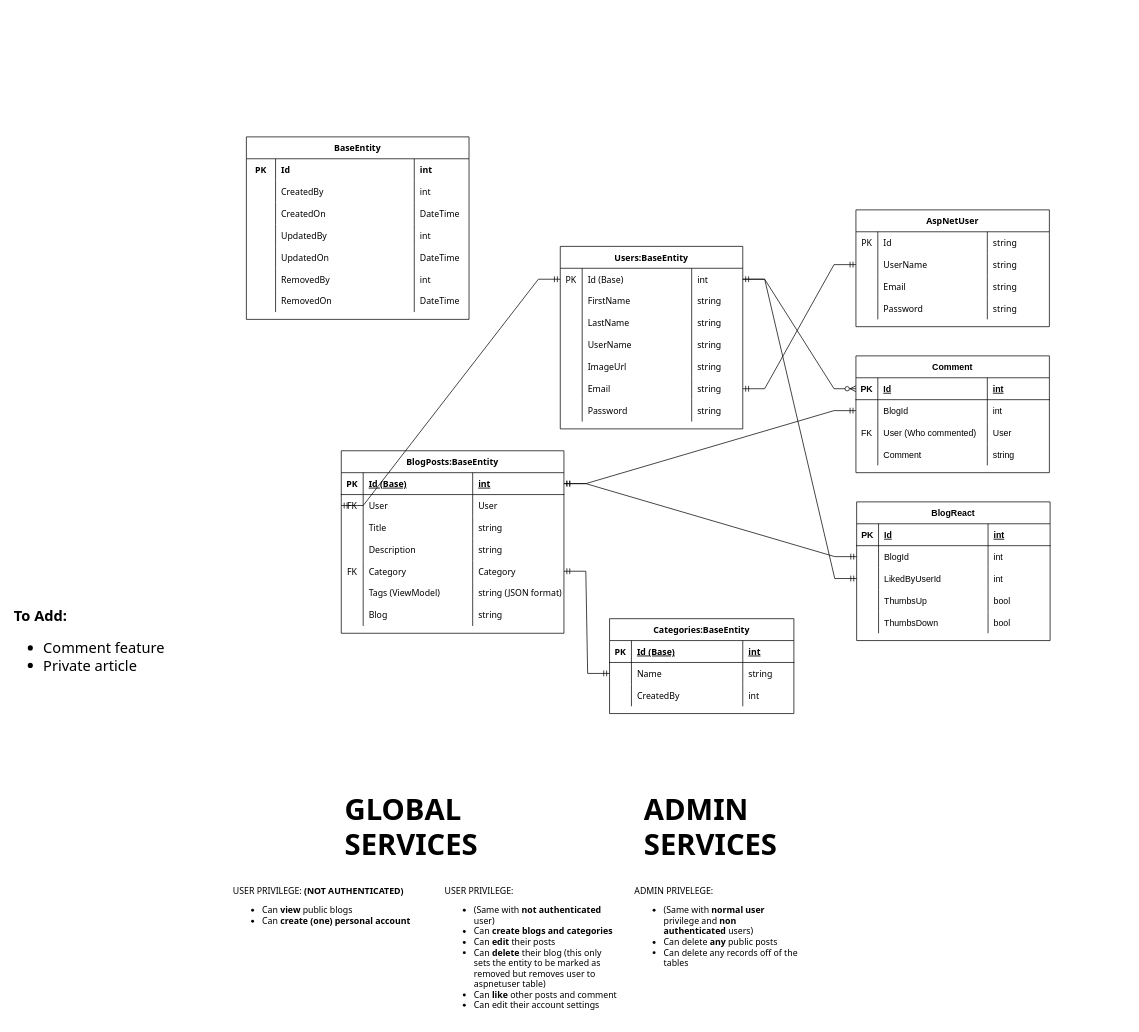
This is WeBlog.drawio from genebit/draw.io-diagrams, a draw.io file, before an edit. Source tidied: cells renumbered, new cells numbered last; positions are measured from the earlier drawing's top-left corner, leaving out a move shared by most shapes. Both pictures are drawn from the tidied source at 73%, with x=0, y=0 at pixel (12, 137).
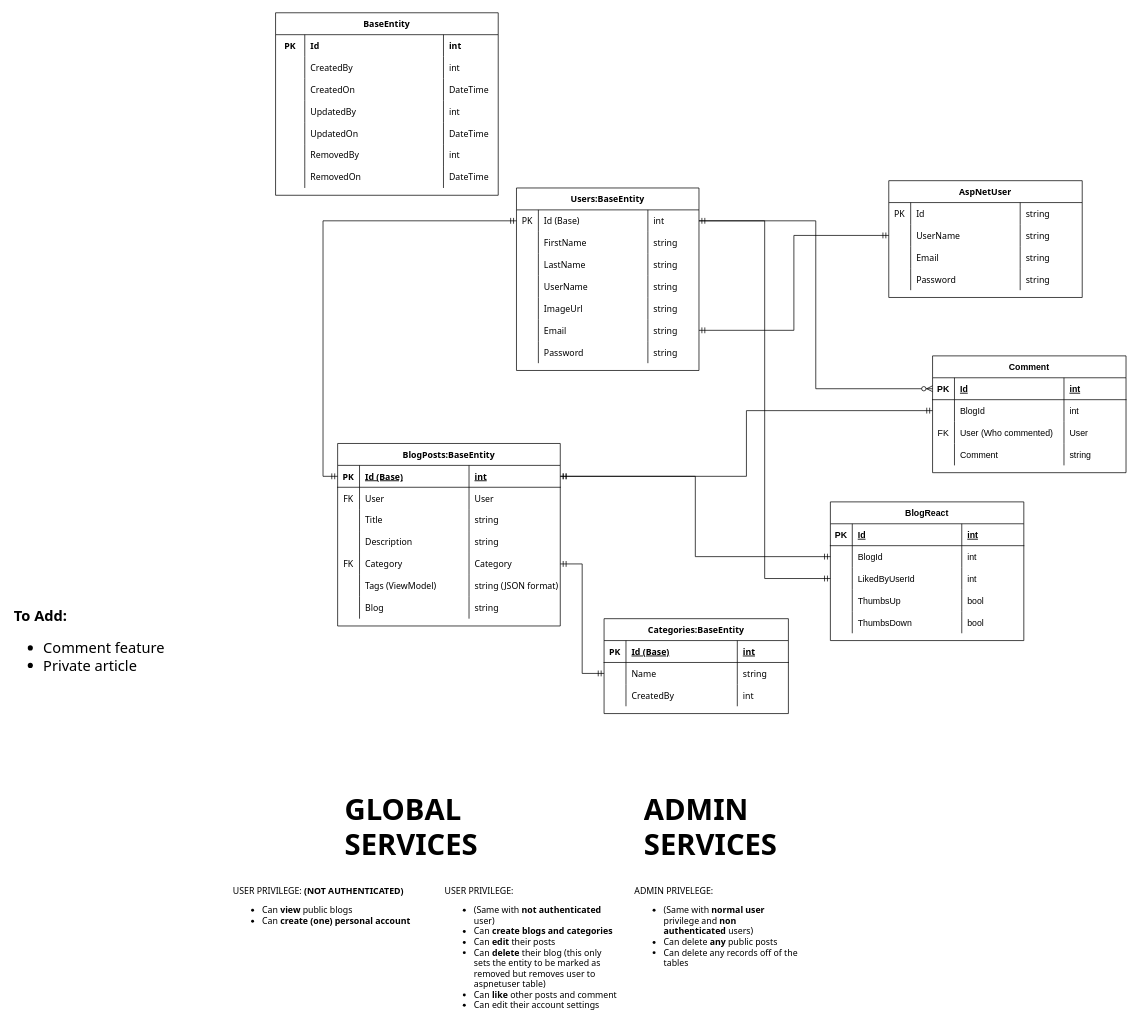
The same page after the edit.

The change refers to these unchanged cells:
```xml
<mxCell id="3" style="shape=tableRow;horizontal=0;startSize=0;swimlaneHead=0;swimlaneBody=0;fillColor=none;points=[[0,0.5],[1,0.5]];portConstraint=eastwest;top=0;left=0;right=0;bottom=1;fontFamily=Tahoma;" parent="2" vertex="1">
  <mxGeometry y="30" width="305" height="30" as="geometry" />
</mxCell>
<mxCell id="7" style="shape=tableRow;horizontal=0;startSize=0;swimlaneHead=0;swimlaneBody=0;fillColor=none;points=[[0,0.5],[1,0.5]];portConstraint=eastwest;top=0;left=0;right=0;bottom=0;fontFamily=Tahoma;" parent="2" vertex="1">
  <mxGeometry y="60" width="305" height="30" as="geometry" />
</mxCell>
<mxCell id="19" style="shape=tableRow;horizontal=0;startSize=0;swimlaneHead=0;swimlaneBody=0;fillColor=none;points=[[0,0.5],[1,0.5]];portConstraint=eastwest;top=0;left=0;right=0;bottom=0;fontFamily=Tahoma;" parent="2" vertex="1">
  <mxGeometry y="150" width="305" height="30" as="geometry" />
</mxCell>
<mxCell id="32" style="shape=tableRow;horizontal=0;startSize=0;swimlaneHead=0;swimlaneBody=0;fillColor=none;points=[[0,0.5],[1,0.5]];portConstraint=eastwest;top=0;left=0;right=0;bottom=0;fontFamily=Tahoma;" parent="31" vertex="1">
  <mxGeometry y="30" width="250" height="30" as="geometry" />
</mxCell>
<mxCell id="52" style="shape=tableRow;horizontal=0;startSize=0;swimlaneHead=0;swimlaneBody=0;fillColor=none;points=[[0,0.5],[1,0.5]];portConstraint=eastwest;top=0;left=0;right=0;bottom=0;fontFamily=Tahoma;" parent="31" vertex="1">
  <mxGeometry y="180" width="250" height="30" as="geometry" />
</mxCell>
<mxCell id="65" style="shape=tableRow;horizontal=0;startSize=0;swimlaneHead=0;swimlaneBody=0;fillColor=none;points=[[0,0.5],[1,0.5]];portConstraint=eastwest;top=0;left=0;right=0;bottom=0;fontFamily=Tahoma;" parent="60" vertex="1">
  <mxGeometry y="60" width="252.5" height="30" as="geometry" />
</mxCell>
<mxCell id="113" style="shape=tableRow;horizontal=0;startSize=0;swimlaneHead=0;swimlaneBody=0;fillColor=none;points=[[0,0.5],[1,0.5]];portConstraint=eastwest;top=0;left=0;right=0;bottom=0;fontFamily=Tahoma;" parent="108" vertex="1">
  <mxGeometry y="60" width="265" height="30" as="geometry" />
</mxCell>
<mxCell id="129" style="shape=tableRow;horizontal=0;startSize=0;swimlaneHead=0;swimlaneBody=0;fillColor=none;points=[[0,0.5],[1,0.5]];portConstraint=eastwest;top=0;left=0;right=0;bottom=1;" parent="128" vertex="1">
  <mxGeometry y="30" width="265" height="30" as="geometry" />
</mxCell>
<mxCell id="133" style="shape=tableRow;horizontal=0;startSize=0;swimlaneHead=0;swimlaneBody=0;fillColor=none;points=[[0,0.5],[1,0.5]];portConstraint=eastwest;top=0;left=0;right=0;bottom=0;" parent="128" vertex="1">
  <mxGeometry y="60" width="265" height="30" as="geometry" />
</mxCell>
<mxCell id="150" style="shape=tableRow;horizontal=0;startSize=0;swimlaneHead=0;swimlaneBody=0;fillColor=none;points=[[0,0.5],[1,0.5]];portConstraint=eastwest;top=0;left=0;right=0;bottom=0;" parent="145" vertex="1">
  <mxGeometry y="60" width="265" height="30" as="geometry" />
</mxCell>
<mxCell id="154" style="shape=tableRow;horizontal=0;startSize=0;swimlaneHead=0;swimlaneBody=0;fillColor=none;points=[[0,0.5],[1,0.5]];portConstraint=eastwest;top=0;left=0;right=0;bottom=0;" parent="145" vertex="1">
  <mxGeometry y="90" width="265" height="30" as="geometry" />
</mxCell>
```

The edit, as a diff of the source:
```diff
@@
     <mxCell id="2" value="BlogPosts:BaseEntity" style="shape=table;startSize=30;childLayout=tableLayout;rowLines=0;fontStyle=1;align=center;fontFamily=Tahoma;" parent="1" vertex="1">
-      <mxGeometry x="450" y="430" width="305" height="250" as="geometry" />
+      <mxGeometry x="445" y="420" width="305" height="250" as="geometry" />
     </mxCell>
@@
     <mxCell id="31" value="Users:BaseEntity" style="shape=table;startSize=30;childLayout=tableLayout;rowLines=0;fontStyle=1;align=center;fontFamily=Tahoma;" parent="1" vertex="1">
-      <mxGeometry x="750" y="150" width="250" height="250" as="geometry" />
+      <mxGeometry x="690" y="70" width="250" height="250" as="geometry" />
     </mxCell>
@@
     <mxCell id="60" value="Categories:BaseEntity" style="shape=table;startSize=30;childLayout=tableLayout;rowLines=0;fontStyle=1;align=center;fontFamily=Tahoma;" parent="1" vertex="1">
-      <mxGeometry x="817.5" y="660" width="252.5" height="130" as="geometry" />
+      <mxGeometry x="810" y="660" width="252.5" height="130" as="geometry" />
     </mxCell>
@@
     <mxCell id="73" value="BaseEntity" style="shape=table;startSize=30;childLayout=tableLayout;rowLines=0;fontStyle=1;align=center;fontFamily=Tahoma;" parent="1" vertex="1">
-      <mxGeometry x="320" width="305" height="250" as="geometry" />
+      <mxGeometry x="360" y="-170" width="305" height="250" as="geometry" />
     </mxCell>
@@
     <mxCell id="108" value="AspNetUser" style="shape=table;startSize=30;childLayout=tableLayout;rowLines=0;fontStyle=1;align=center;fontFamily=Tahoma;" parent="1" vertex="1">
-      <mxGeometry x="1155" y="100" width="265" height="160" as="geometry" />
+      <mxGeometry x="1200" y="60" width="265" height="160" as="geometry" />
     </mxCell>
@@
-    <mxCell id="125" style="edgeStyle=entityRelationEdgeStyle;fontSize=12;html=1;endArrow=ERmandOne;startArrow=ERmandOne;rounded=0;exitX=1;exitY=0.5;exitDx=0;exitDy=0;entryX=0;entryY=0.5;entryDx=0;entryDy=0;fontFamily=Tahoma;" parent="1" edge="1" source="52" target="113">
+    <mxCell id="125" style="edgeStyle=orthogonalEdgeStyle;fontSize=12;html=1;endArrow=ERmandOne;startArrow=ERmandOne;rounded=0;exitX=1;exitY=0.5;exitDx=0;exitDy=0;entryX=0;entryY=0.5;entryDx=0;entryDy=0;fontFamily=Tahoma;" parent="1" edge="1" source="52" target="113">
       <mxGeometry relative="1" as="geometry" />
     </mxCell>
-    <mxCell id="126" style="edgeStyle=entityRelationEdgeStyle;fontSize=12;html=1;endArrow=ERmandOne;startArrow=ERmandOne;rounded=0;fontFamily=Tahoma;exitX=0;exitY=0.5;exitDx=0;exitDy=0;" parent="1" edge="1" source="7" target="32">
-      <mxGeometry relative="1" as="geometry" />
-    </mxCell>
-    <mxCell id="127" style="edgeStyle=entityRelationEdgeStyle;fontSize=12;html=1;endArrow=ERmandOne;startArrow=ERmandOne;rounded=0;sketch=0;fontFamily=Tahoma;entryX=0;entryY=0.5;entryDx=0;entryDy=0;strokeColor=default;" parent="1" edge="1" source="19" target="65">
+    <mxCell id="127" style="edgeStyle=orthogonalEdgeStyle;fontSize=12;html=1;endArrow=ERmandOne;startArrow=ERmandOne;rounded=0;sketch=0;fontFamily=Tahoma;entryX=0;entryY=0.5;entryDx=0;entryDy=0;strokeColor=default;" parent="1" edge="1" source="19" target="65">
       <mxGeometry relative="1" as="geometry" />
     </mxCell>
     <mxCell id="128" value="Comment" style="shape=table;startSize=30;childLayout=tableLayout;rowLines=0;fontStyle=1;align=center;" parent="1" vertex="1">
-      <mxGeometry x="1155" y="300" width="265" height="160" as="geometry" />
+      <mxGeometry x="1260" y="300" width="265" height="160" as="geometry" />
     </mxCell>
@@
     <mxCell id="145" value="BlogReact" style="shape=table;startSize=30;childLayout=tableLayout;rowLines=0;fontStyle=1;align=center;" parent="1" vertex="1">
-      <mxGeometry x="1156" y="500" width="265" height="190" as="geometry" />
+      <mxGeometry x="1120" y="500" width="265" height="190" as="geometry" />
     </mxCell>
@@
-    <mxCell id="166" style="edgeStyle=entityRelationEdgeStyle;fontSize=12;html=1;endArrow=ERzeroToMany;endFill=1;rounded=0;entryX=0;entryY=0.5;entryDx=0;entryDy=0;" parent="1" edge="1" source="32" target="129">
+    <mxCell id="166" style="edgeStyle=orthogonalEdgeStyle;fontSize=12;html=1;endArrow=ERzeroToMany;endFill=1;rounded=0;entryX=0;entryY=0.5;entryDx=0;entryDy=0;" parent="1" edge="1" source="32" target="129">
       <mxGeometry relative="1" as="geometry" />
     </mxCell>
-    <mxCell id="167" style="edgeStyle=entityRelationEdgeStyle;fontSize=12;html=1;endArrow=ERmandOne;endFill=0;rounded=0;exitX=1;exitY=0.5;exitDx=0;exitDy=0;startArrow=ERmandOne;startFill=0;entryX=0;entryY=0.5;entryDx=0;entryDy=0;" parent="1" edge="1" source="32" target="154">
+    <mxCell id="167" style="edgeStyle=orthogonalEdgeStyle;fontSize=12;html=1;endArrow=ERmandOne;endFill=0;rounded=0;exitX=1;exitY=0.5;exitDx=0;exitDy=0;startArrow=ERmandOne;startFill=0;entryX=0;entryY=0.5;entryDx=0;entryDy=0;" parent="1" edge="1" source="32" target="154">
       <mxGeometry relative="1" as="geometry" />
     </mxCell>
-    <mxCell id="168" style="edgeStyle=entityRelationEdgeStyle;fontSize=12;html=1;endArrow=ERmandOne;startArrow=ERmandOne;rounded=0;fontFamily=Tahoma;exitX=1;exitY=0.5;exitDx=0;exitDy=0;entryX=0;entryY=0.5;entryDx=0;entryDy=0;" parent="1" edge="1" source="3" target="150">
+    <mxCell id="168" style="edgeStyle=orthogonalEdgeStyle;fontSize=12;html=1;endArrow=ERmandOne;startArrow=ERmandOne;rounded=0;fontFamily=Tahoma;exitX=1;exitY=0.5;exitDx=0;exitDy=0;entryX=0;entryY=0.5;entryDx=0;entryDy=0;" parent="1" edge="1" source="3" target="150">
       <mxGeometry relative="1" as="geometry" />
     </mxCell>
-    <mxCell id="169" style="edgeStyle=entityRelationEdgeStyle;fontSize=12;html=1;endArrow=ERmandOne;startArrow=ERmandOne;rounded=0;fontFamily=Tahoma;exitX=1;exitY=0.5;exitDx=0;exitDy=0;entryX=0;entryY=0.5;entryDx=0;entryDy=0;" parent="1" edge="1" source="3" target="133">
+    <mxCell id="169" style="edgeStyle=orthogonalEdgeStyle;fontSize=12;html=1;endArrow=ERmandOne;startArrow=ERmandOne;rounded=0;fontFamily=Tahoma;exitX=1;exitY=0.5;exitDx=0;exitDy=0;entryX=0;entryY=0.5;entryDx=0;entryDy=0;" parent="1" edge="1" source="3" target="133">
       <mxGeometry relative="1" as="geometry" />
     </mxCell>
+    <mxCell id="170" style="edgeStyle=orthogonalEdgeStyle;rounded=0;jettySize=auto;html=1;entryX=0;entryY=0.5;entryDx=0;entryDy=0;endArrow=ERmandOne;endFill=0;startArrow=ERmandOne;startFill=0;" parent="1" edge="1" source="32" target="3">
+      <mxGeometry relative="1" as="geometry" />
+    </mxCell>
```
